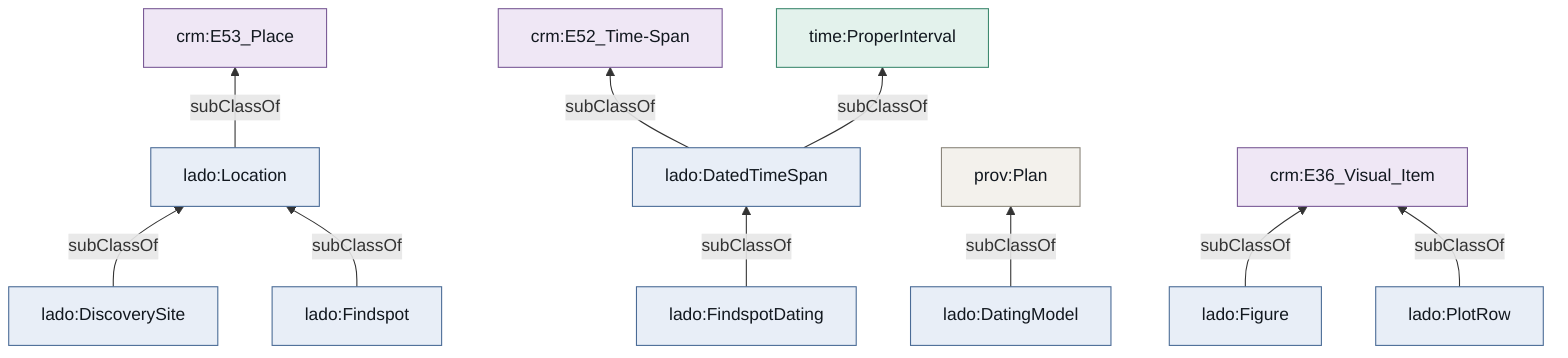
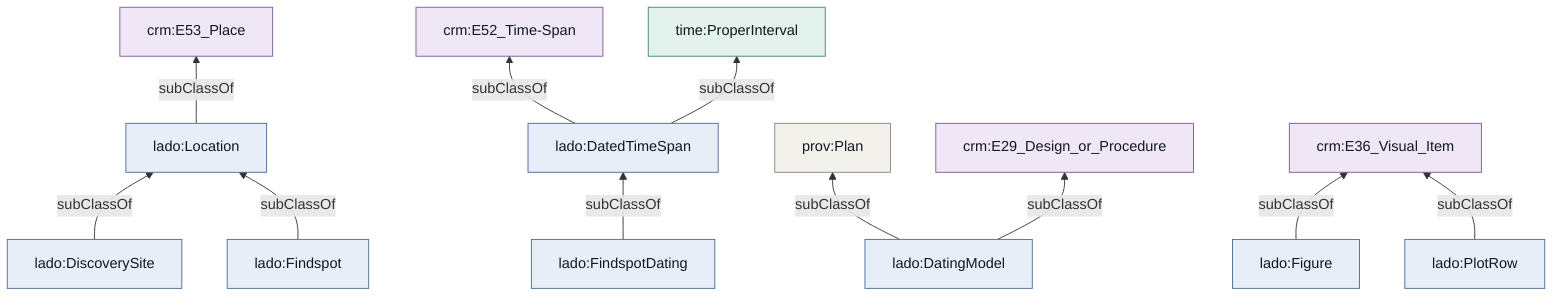
flowchart BT
    lado_Location["lado:Location"]
    crm_E53_Place["crm:E53_Place"]
    lado_Location -->|subClassOf| crm_E53_Place
    lado_DiscoverySite["lado:DiscoverySite"]
    lado_DiscoverySite -->|subClassOf| lado_Location
    lado_Findspot["lado:Findspot"]
    lado_Findspot -->|subClassOf| lado_Location
    lado_DatedTimeSpan["lado:DatedTimeSpan"]
    crm_E52_Time_Span["crm:E52_Time-Span"]
    lado_DatedTimeSpan -->|subClassOf| crm_E52_Time_Span
    time_ProperInterval["time:ProperInterval"]
    lado_DatedTimeSpan -->|subClassOf| time_ProperInterval
    lado_FindspotDating["lado:FindspotDating"]
    lado_FindspotDating -->|subClassOf| lado_DatedTimeSpan
    lado_DatingModel["lado:DatingModel"]
    prov_Plan["prov:Plan"]
    lado_DatingModel -->|subClassOf| prov_Plan
+     crm_E29_Design_or_Procedure["crm:E29_Design_or_Procedure"]
+     lado_DatingModel -->|subClassOf| crm_E29_Design_or_Procedure
    lado_Figure["lado:Figure"]
    crm_E36_Visual_Item["crm:E36_Visual_Item"]
    lado_Figure -->|subClassOf| crm_E36_Visual_Item
    lado_PlotRow["lado:PlotRow"]
    lado_PlotRow -->|subClassOf| crm_E36_Visual_Item
    class lado_DatedTimeSpan,lado_DatingModel,lado_DiscoverySite,lado_Figure,lado_Findspot,lado_FindspotDating,lado_Location,lado_PlotRow local
-     class crm_E36_Visual_Item,crm_E52_Time_Span,crm_E53_Place crm
+     class crm_E29_Design_or_Procedure,crm_E36_Visual_Item,crm_E52_Time_Span,crm_E53_Place crm
    class time_ProperInterval time
    class prov_Plan ext

    classDef local fill:#e8eef7,stroke:#4a6b96,stroke-width:1px,color:#12181f
    classDef crm fill:#efe7f5,stroke:#7a5a96,stroke-width:1px,color:#12181f
    classDef time fill:#e3f2ec,stroke:#3f8a70,stroke-width:1px,color:#12181f
    classDef ext fill:#f3f1ec,stroke:#8a857a,stroke-width:1px,color:#12181f
    classDef io fill:#faf3e3,stroke:#a8872e,stroke-width:1px,color:#12181f
